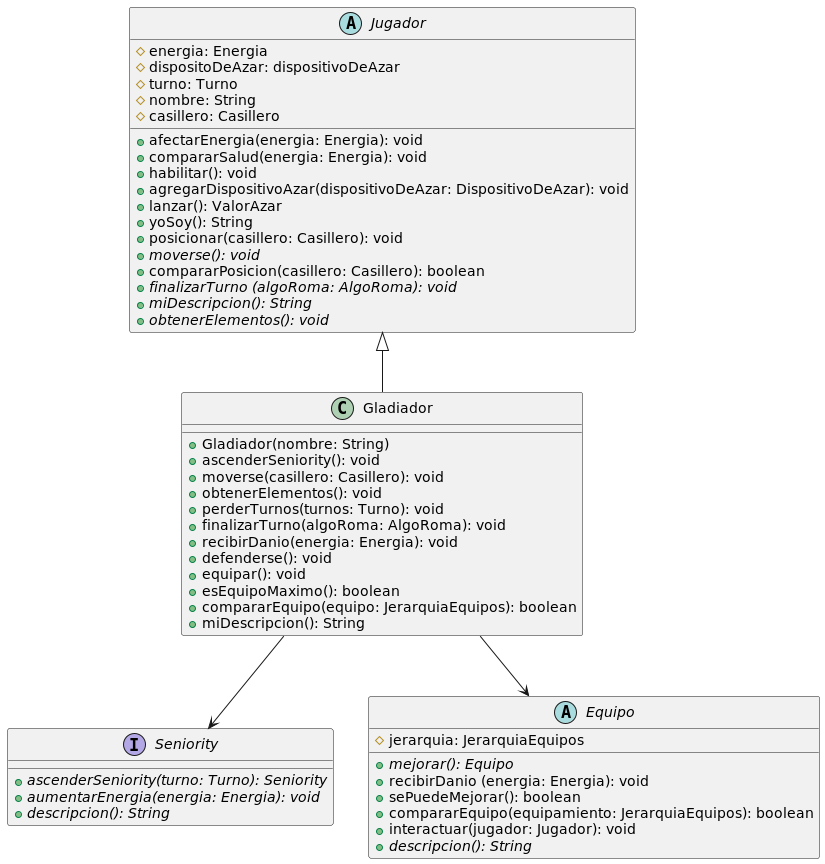
This is diagrams/classes/DiagramasAlgoRoma/Gladiador.png from CrissRMFI/TP2-AlgoIII, a PlantUML export, as it was before one commit.
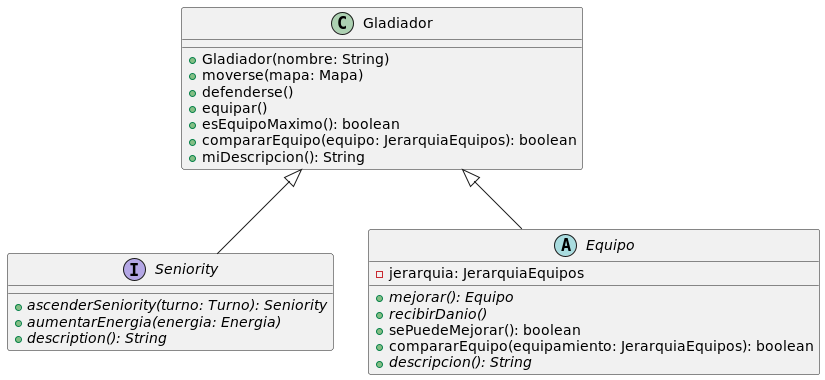
The same file after the commit.

What changed in the source:
```diff
@@ -1,61 +1,32 @@
 @startuml Gladiador
 
 class Gladiador {
-    + Gladiador(nombre: String)
-    + ascenderSeniority(): void
-    + moverse(casillero: Casillero): void
-    + obtenerElementos(): void
-    + perderTurnos(turnos: Turno): void
-    + finalizarTurno(algoRoma: AlgoRoma): void
-    + recibirDanio(energia: Energia): void
-    + defenderse(): void
-    + equipar(): void
-    + esEquipoMaximo(): boolean
-    + compararEquipo(equipo: JerarquiaEquipos): boolean
-    + miDescripcion(): String
+    +Gladiador(nombre: String)
+    +moverse(mapa: Mapa)
+    +defenderse()
+    +equipar()
+    +esEquipoMaximo(): boolean
+    +compararEquipo(equipo: JerarquiaEquipos): boolean
+    +miDescripcion(): String
 }
 
-
-abstract class Jugador{
-    #energia: Energia
-    #dispositoDeAzar: dispositivoDeAzar
-    #turno: Turno
-    #nombre: String
-    #casillero: Casillero
-    +afectarEnergia(energia: Energia): void
-    +compararSalud(energia: Energia): void
-    +habilitar(): void
-    +agregarDispositivoAzar(dispositivoDeAzar: DispositivoDeAzar): void
-    +lanzar(): ValorAzar
-    +yoSoy(): String
-    +posicionar(casillero: Casillero): void
-    +{abstract}moverse(): void
-    +compararPosicion(casillero: Casillero): boolean
-    +{abstract}finalizarTurno (algoRoma: AlgoRoma): void
-    +{abstract}miDescripcion(): String
-    +{abstract}obtenerElementos(): void
+interface Seniority{
+    +{abstract} ascenderSeniority(turno: Turno): Seniority
+    +{abstract} aumentarEnergia(energia: Energia)
+    +{abstract} description(): String
 }
 
-
-interface Seniority {
-    + {abstract}ascenderSeniority(turno: Turno): Seniority
-    + {abstract}aumentarEnergia(energia: Energia): void
-    + {abstract}descripcion(): String
+abstract class Equipo{
+    -jerarquia: JerarquiaEquipos
+    +{abstract}mejorar(): Equipo
+    +{abstract}recibirDanio()
+    +sePuedeMejorar(): boolean
+    +compararEquipo(equipamiento: JerarquiaEquipos): boolean
+    +{abstract} descripcion(): String
 }
 
-abstract class Equipo {
-    # jerarquia: JerarquiaEquipos
-    + {abstract} mejorar(): Equipo
-    + recibirDanio (energia: Energia): void
-    + sePuedeMejorar(): boolean
-    + compararEquipo(equipamiento: JerarquiaEquipos): boolean
-    + interactuar(jugador: Jugador): void
-    + {abstract} descripcion(): String
-}
+Gladiador <|-- Seniority
+Gladiador <|-- Equipo
 
-Jugador <|-- Gladiador
-
-Gladiador --> Seniority
-Gladiador --> Equipo
 
 @enduml
```
